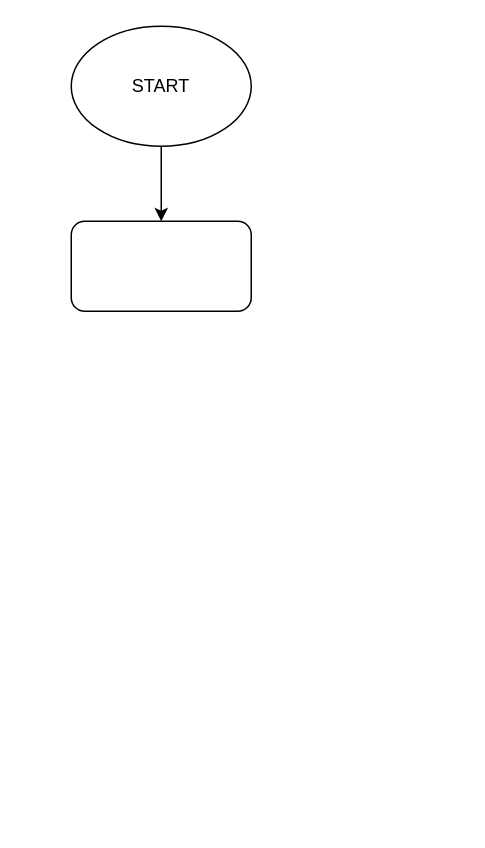
This is flowchart.drawio from azizzr/abdul_aziz_rianto-shoppingcart_app, a draw.io file, before an edit. Source tidied: cells renumbered, new cells numbered last; positions are measured from the earlier drawing's top-left corner, leaving out a move shared by most shapes. Both pictures are drawn from the tidied source at 150%, with x=0, y=0 at pixel (70, 26).
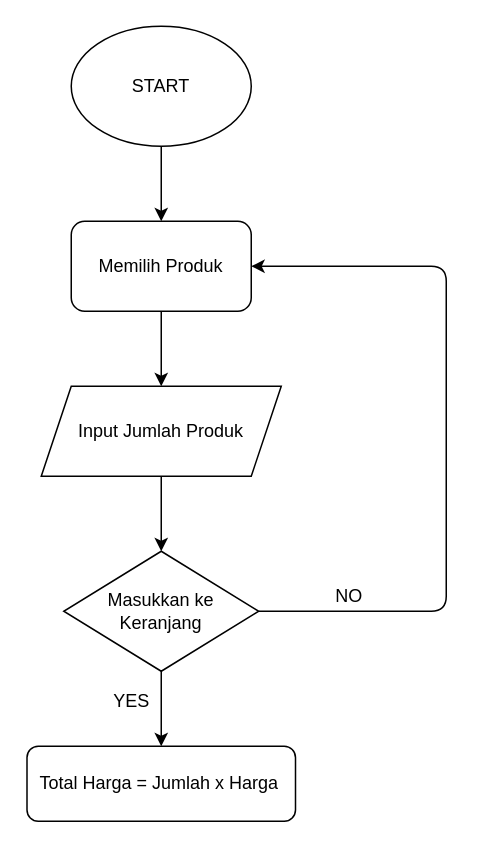
The same page after the edit.

Commit message:
Perhitungan variabel jumlah, harga, dan total

Change to the diagram source:
```diff
@@
 <mxGraphModel>
   <root>
     <mxCell id="0" />
     <mxCell id="1" parent="0" />
     <mxCell id="2" style="edgeStyle=none;html=1;exitX=0.5;exitY=1;exitDx=0;exitDy=0;" parent="1" edge="1" source="3" target="4">
       <mxGeometry relative="1" as="geometry" />
     </mxCell>
     <mxCell id="3" value="START" style="ellipse;whiteSpace=wrap;html=1;" parent="1" vertex="1">
       <mxGeometry width="120" height="80" as="geometry" />
     </mxCell>
+    <mxCell id="5" style="edgeStyle=none;html=1;exitX=0.5;exitY=1;exitDx=0;exitDy=0;entryX=0.5;entryY=0;entryDx=0;entryDy=0;" parent="1" edge="1" source="4" target="7">
+      <mxGeometry relative="1" as="geometry" />
+    </mxCell>
-    <mxCell id="4" style="rounded=1;whiteSpace=wrap;html=1;" parent="1" vertex="1">
+    <mxCell id="4" value="Memilih Produk" style="rounded=1;whiteSpace=wrap;html=1;" parent="1" vertex="1">
       <mxGeometry y="130" width="120" height="60" as="geometry" />
     </mxCell>
+    <mxCell id="6" style="edgeStyle=none;html=1;exitX=0.5;exitY=1;exitDx=0;exitDy=0;entryX=0.5;entryY=0;entryDx=0;entryDy=0;" parent="1" edge="1" source="7" target="10">
+      <mxGeometry relative="1" as="geometry" />
+    </mxCell>
+    <mxCell id="7" value="Input Jumlah Produk" style="shape=parallelogram;perimeter=parallelogramPerimeter;whiteSpace=wrap;html=1;fixedSize=1;" parent="1" vertex="1">
+      <mxGeometry x="-20" y="240" width="160" height="60" as="geometry" />
+    </mxCell>
+    <mxCell id="8" style="edgeStyle=none;html=1;exitX=1;exitY=0.5;exitDx=0;exitDy=0;entryX=1;entryY=0.5;entryDx=0;entryDy=0;" parent="1" edge="1" source="10" target="4">
+      <mxGeometry relative="1" as="geometry">
+        <Array as="points">
+          <mxPoint x="250" y="390" />
+          <mxPoint x="250" y="160" />
+        </Array>
+      </mxGeometry>
+    </mxCell>
+    <mxCell id="9" style="edgeStyle=none;html=1;exitX=0.5;exitY=1;exitDx=0;exitDy=0;" parent="1" edge="1" source="10" target="12">
+      <mxGeometry relative="1" as="geometry" />
+    </mxCell>
+    <mxCell id="10" value="Masukkan ke Keranjang" style="rhombus;whiteSpace=wrap;html=1;" parent="1" vertex="1">
+      <mxGeometry x="-5" y="350" width="130" height="80" as="geometry" />
+    </mxCell>
+    <mxCell id="11" value="NO" style="text;html=1;align=center;verticalAlign=middle;strokeColor=none;fillColor=none;" parent="1" vertex="1">
+      <mxGeometry x="170" y="370" width="30" height="20" as="geometry" />
+    </mxCell>
+    <mxCell id="12" value="Total Harga = Jumlah x Harga&amp;nbsp;" style="rounded=1;whiteSpace=wrap;html=1;" parent="1" vertex="1">
+      <mxGeometry x="-29.5" y="480" width="179" height="50" as="geometry" />
+    </mxCell>
+    <mxCell id="13" value="YES" style="text;html=1;align=center;verticalAlign=middle;strokeColor=none;fillColor=none;" parent="1" vertex="1">
+      <mxGeometry x="20" y="440" width="40" height="20" as="geometry" />
+    </mxCell>
   </root>
 </mxGraphModel>
```
